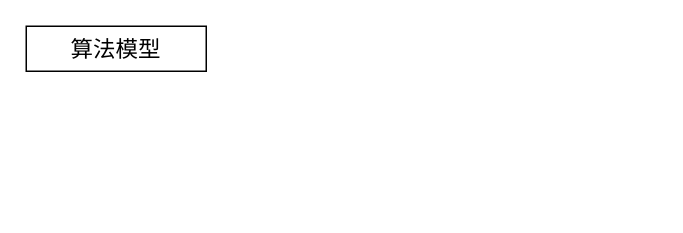
Before: ai_live.drawio in skindhu/9GAG, a draw.io diagram. Source tidied: cells renumbered, new cells numbered last; positions are measured from the earlier drawing's top-left corner, leaving out a move shared by most shapes. Both pictures are drawn from the tidied source at 150%, with x=0, y=0 at pixel (26, 26).
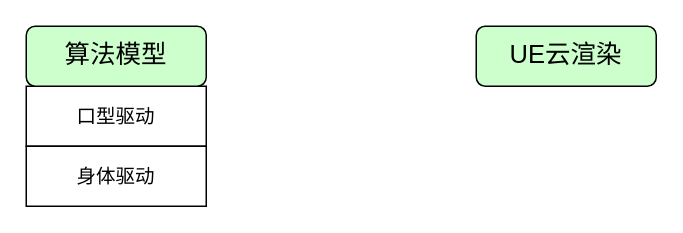
Above is the later version.

What changed in the source:
```diff
@@
 <mxGraphModel>
   <root>
     <mxCell id="0" />
     <mxCell id="1" parent="0" />
+    <mxCell id="3" value="&lt;font style=&quot;font-size: 13px;&quot;&gt;口型驱动&lt;/font&gt;" style="rounded=0;whiteSpace=wrap;html=1;" parent="1" vertex="1">
+      <mxGeometry y="40" width="120" height="40" as="geometry" />
+    </mxCell>
-    <mxCell id="2" value="&lt;font style=&quot;font-size: 15px;&quot;&gt;算法模型&lt;/font&gt;" style="rounded=0;whiteSpace=wrap;html=1;" parent="1" vertex="1">
-      <mxGeometry width="120" height="30" as="geometry" />
+    <mxCell id="2" value="&lt;font style=&quot;font-size: 17px;&quot;&gt;算法模型&lt;/font&gt;" style="rounded=1;whiteSpace=wrap;html=1;fillColor=#CCFFCC;" parent="1" vertex="1">
+      <mxGeometry width="120" height="40" as="geometry" />
     </mxCell>
+    <mxCell id="4" value="身体驱动" style="rounded=0;whiteSpace=wrap;html=1;fontSize=13;" parent="1" vertex="1">
+      <mxGeometry y="80" width="120" height="40" as="geometry" />
+    </mxCell>
+    <mxCell id="5" value="&lt;font style=&quot;font-size: 17px;&quot;&gt;UE云渲染&lt;/font&gt;" style="rounded=1;whiteSpace=wrap;html=1;fillColor=#CCFFCC;" parent="1" vertex="1">
+      <mxGeometry x="300" width="120" height="40" as="geometry" />
+    </mxCell>
   </root>
 </mxGraphModel>
```
